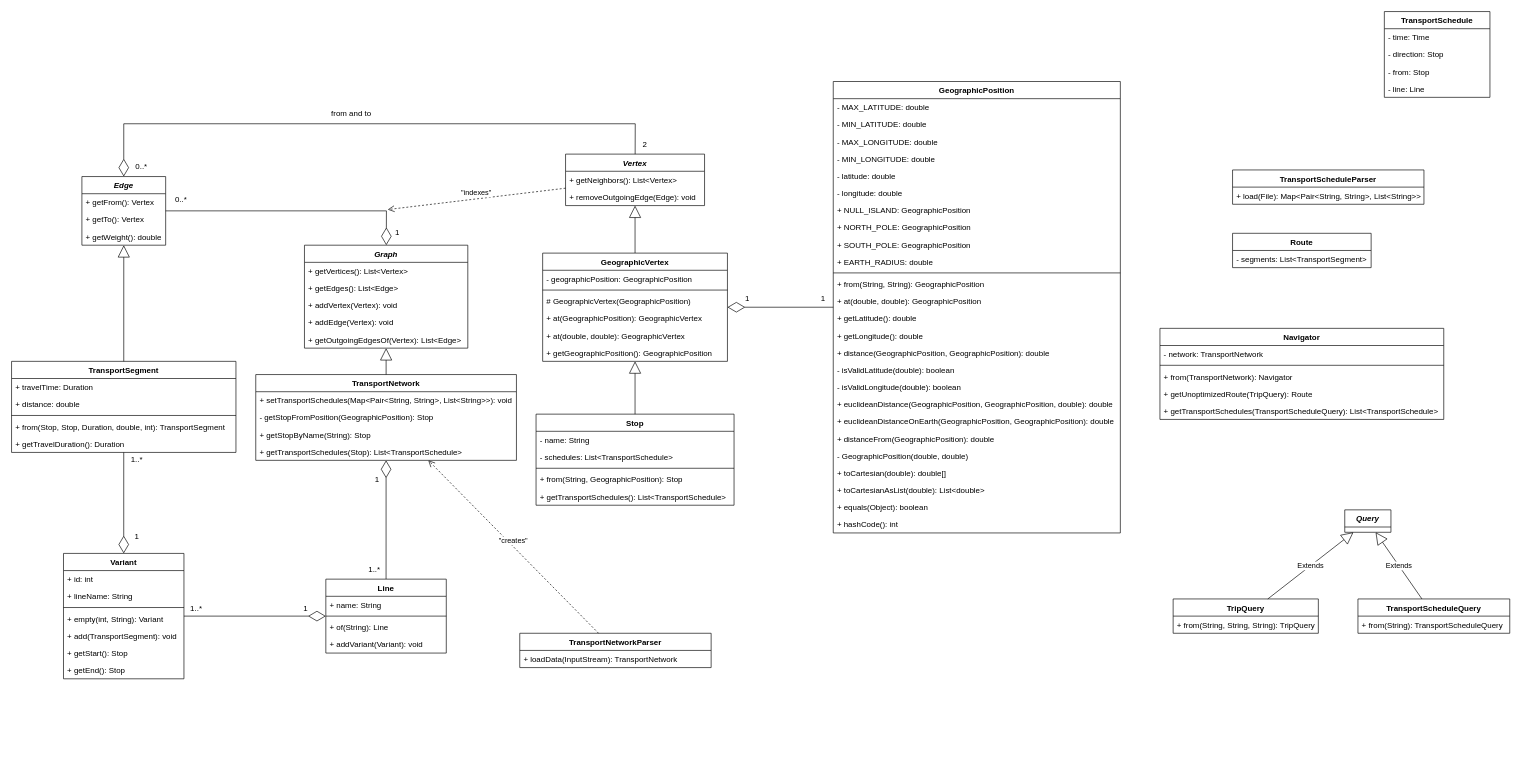
Above: diagrams/model.drawio in adrian-heouairi/MoriaMap (draw.io), before the change. Source tidied: cells renumbered, new cells numbered last; positions are measured from the earlier drawing's top-left corner, leaving out a move shared by most shapes. Both pictures are drawn from the tidied source at 66%, with x=0, y=0 at pixel (11, 11).
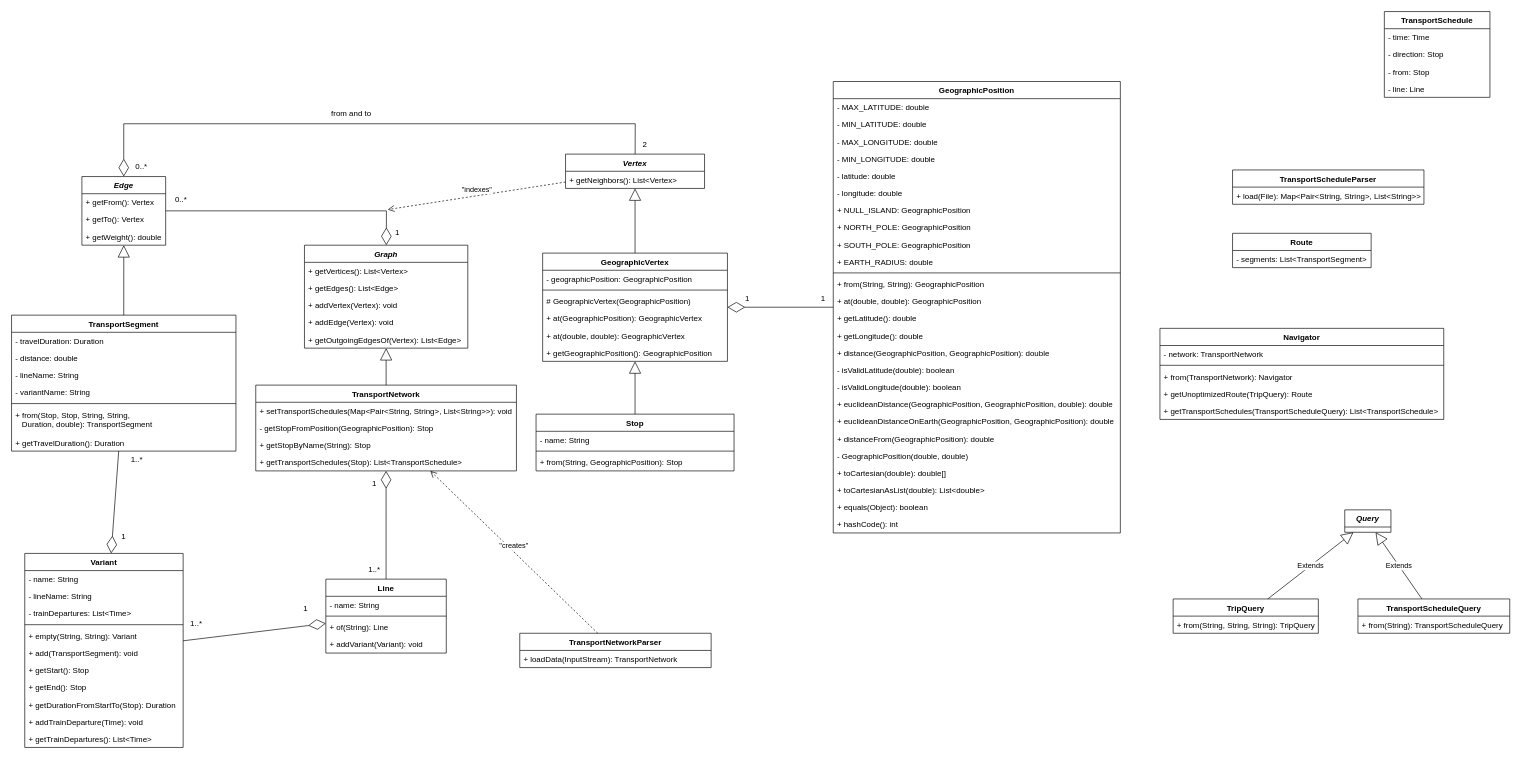
After the change.

Commit message (it also covers changes not shown here):
Update TransportNetwork algorithm and UML diagram

The change refers to these unchanged cells:
```xml
<mxCell id="115" value="Line" style="swimlane;fontStyle=1;align=center;verticalAlign=top;horizontal=1;startSize=26;" parent="1" vertex="1">
  <mxGeometry x="476.2" y="860" width="182.5" height="112" as="geometry" />
</mxCell>
```

The edit, as a diff of the source:
```diff
@@
     <mxCell id="10" value="TransportNetwork" style="swimlane;fontStyle=1;align=center;verticalAlign=top;horizontal=1;startSize=26;" parent="1" vertex="1">
-      <mxGeometry x="370" y="550" width="395" height="130" as="geometry" />
+      <mxGeometry x="370" y="566" width="395" height="130" as="geometry" />
     </mxCell>
@@
     <mxCell id="20" value="Stop" style="swimlane;fontStyle=1;align=center;verticalAlign=top;horizontal=1;startSize=26;" parent="1" vertex="1">
-      <mxGeometry x="794.7" y="610" width="300" height="138" as="geometry" />
+      <mxGeometry x="794.7" y="610" width="300" height="86" as="geometry" />
     </mxCell>
@@
-    <mxCell id="22" value="- schedules: List&lt;TransportSchedule&gt;" style="text;strokeColor=none;fillColor=none;align=left;verticalAlign=top;spacingLeft=4;spacingRight=4;overflow=hidden;" parent="20" vertex="1">
-      <mxGeometry y="52" width="300" height="26" as="geometry" />
-    </mxCell>
     <mxCell id="23" style="line;strokeWidth=1;fillColor=none;align=left;verticalAlign=middle;spacingTop=-1;spacingLeft=3;spacingRight=3;labelPosition=right;strokeColor=inherit;" parent="20" vertex="1">
-      <mxGeometry y="78" width="300" height="8" as="geometry" />
+      <mxGeometry y="52" width="300" height="8" as="geometry" />
     </mxCell>
     <mxCell id="24" value="+ from(String, GeographicPosition): Stop" style="text;strokeColor=none;fillColor=none;align=left;verticalAlign=top;spacingLeft=4;spacingRight=4;overflow=hidden;" parent="20" vertex="1">
-      <mxGeometry y="86" width="300" height="26" as="geometry" />
+      <mxGeometry y="60" width="300" height="26" as="geometry" />
     </mxCell>
-    <mxCell id="25" value="+ getTransportSchedules(): List&lt;TransportSchedule&gt;" style="text;strokeColor=none;fillColor=none;align=left;verticalAlign=top;spacingLeft=4;spacingRight=4;overflow=hidden;" parent="20" vertex="1">
-      <mxGeometry y="112" width="300" height="26" as="geometry" />
-    </mxCell>
     <mxCell id="26" value="Vertex" style="swimlane;fontStyle=3;align=center;verticalAlign=top;horizontal=1;startSize=26;" parent="1" vertex="1">
-      <mxGeometry x="839.4" y="216" width="210.6" height="78" as="geometry" />
+      <mxGeometry x="839.4" y="216" width="210.6" height="52" as="geometry" />
     </mxCell>
@@
-    <mxCell id="28" value="+ removeOutgoingEdge(Edge): void" style="text;strokeColor=none;fillColor=none;align=left;verticalAlign=top;spacingLeft=4;spacingRight=4;overflow=hidden;" parent="26" vertex="1">
-      <mxGeometry y="52" width="210.6" height="26" as="geometry" />
-    </mxCell>
@@
     <mxCell id="70" value="TransportSegment" style="swimlane;fontStyle=1;align=center;verticalAlign=top;horizontal=1;startSize=26;" parent="1" vertex="1">
-      <mxGeometry y="530" width="340" height="138" as="geometry" />
+      <mxGeometry y="460" width="340" height="206" as="geometry" />
     </mxCell>
-    <mxCell id="71" value="+ travelTime: Duration" style="text;strokeColor=none;fillColor=none;align=left;verticalAlign=top;spacingLeft=4;spacingRight=4;overflow=hidden;" parent="70" vertex="1">
+    <mxCell id="71" value="- travelDuration: Duration" style="text;strokeColor=none;fillColor=none;align=left;verticalAlign=top;spacingLeft=4;spacingRight=4;overflow=hidden;" parent="70" vertex="1">
       <mxGeometry y="26" width="340" height="26" as="geometry" />
     </mxCell>
-    <mxCell id="72" value="+ distance: double" style="text;strokeColor=none;fillColor=none;align=left;verticalAlign=top;spacingLeft=4;spacingRight=4;overflow=hidden;" parent="70" vertex="1">
+    <mxCell id="72" value="- distance: double" style="text;strokeColor=none;fillColor=none;align=left;verticalAlign=top;spacingLeft=4;spacingRight=4;overflow=hidden;" parent="70" vertex="1">
       <mxGeometry y="52" width="340" height="26" as="geometry" />
     </mxCell>
+    <mxCell id="128" value="- lineName: String" style="text;strokeColor=none;fillColor=none;align=left;verticalAlign=top;spacingLeft=4;spacingRight=4;overflow=hidden;" parent="70" vertex="1">
+      <mxGeometry y="78" width="340" height="26" as="geometry" />
+    </mxCell>
+    <mxCell id="129" value="- variantName: String" style="text;strokeColor=none;fillColor=none;align=left;verticalAlign=top;spacingLeft=4;spacingRight=4;overflow=hidden;" parent="70" vertex="1">
+      <mxGeometry y="104" width="340" height="26" as="geometry" />
+    </mxCell>
     <mxCell id="73" style="line;strokeWidth=1;fillColor=none;align=left;verticalAlign=middle;spacingTop=-1;spacingLeft=3;spacingRight=3;labelPosition=right;strokeColor=inherit;" parent="70" vertex="1">
-      <mxGeometry y="78" width="340" height="8" as="geometry" />
+      <mxGeometry y="130" width="340" height="8" as="geometry" />
     </mxCell>
-    <mxCell id="74" value="+ from(Stop, Stop, Duration, double, int): TransportSegment" style="text;strokeColor=none;fillColor=none;align=left;verticalAlign=top;spacingLeft=4;spacingRight=4;overflow=hidden;" parent="70" vertex="1">
-      <mxGeometry y="86" width="340" height="26" as="geometry" />
+    <mxCell id="74" value="+ from(Stop, Stop, String, String,&#10;   Duration, double): TransportSegment" style="text;strokeColor=none;fillColor=none;align=left;verticalAlign=top;spacingLeft=4;spacingRight=4;overflow=hidden;" parent="70" vertex="1">
+      <mxGeometry y="138" width="340" height="42" as="geometry" />
     </mxCell>
     <mxCell id="75" value="+ getTravelDuration(): Duration" style="text;strokeColor=none;fillColor=none;align=left;verticalAlign=top;spacingLeft=4;spacingRight=4;overflow=hidden;" parent="70" vertex="1">
-      <mxGeometry y="112" width="340" height="26" as="geometry" />
+      <mxGeometry y="180" width="340" height="26" as="geometry" />
     </mxCell>
@@
     <mxCell id="100" value="Variant" style="swimlane;fontStyle=1;align=center;verticalAlign=top;horizontal=1;startSize=26;" parent="1" vertex="1">
-      <mxGeometry x="78.7" y="821" width="182.5" height="190" as="geometry" />
+      <mxGeometry x="20" y="821" width="240" height="294" as="geometry" />
     </mxCell>
-    <mxCell id="101" value="+ id: int" style="text;strokeColor=none;fillColor=none;align=left;verticalAlign=top;spacingLeft=4;spacingRight=4;overflow=hidden;" parent="100" vertex="1">
-      <mxGeometry y="26" width="182.5" height="26" as="geometry" />
+    <mxCell id="101" value="- name: String" style="text;strokeColor=none;fillColor=none;align=left;verticalAlign=top;spacingLeft=4;spacingRight=4;overflow=hidden;" parent="100" vertex="1">
+      <mxGeometry y="26" width="240" height="26" as="geometry" />
     </mxCell>
-    <mxCell id="102" value="+ lineName: String" style="text;strokeColor=none;fillColor=none;align=left;verticalAlign=top;spacingLeft=4;spacingRight=4;overflow=hidden;" parent="100" vertex="1">
-      <mxGeometry y="52" width="182.5" height="26" as="geometry" />
+    <mxCell id="102" value="- lineName: String" style="text;strokeColor=none;fillColor=none;align=left;verticalAlign=top;spacingLeft=4;spacingRight=4;overflow=hidden;" parent="100" vertex="1">
+      <mxGeometry y="52" width="240" height="26" as="geometry" />
     </mxCell>
+    <mxCell id="130" value="- trainDepartures: List&lt;Time&gt;" style="text;strokeColor=none;fillColor=none;align=left;verticalAlign=top;spacingLeft=4;spacingRight=4;overflow=hidden;" parent="100" vertex="1">
+      <mxGeometry y="78" width="240" height="26" as="geometry" />
+    </mxCell>
     <mxCell id="103" style="line;strokeWidth=1;fillColor=none;align=left;verticalAlign=middle;spacingTop=-1;spacingLeft=3;spacingRight=3;labelPosition=right;strokeColor=inherit;" parent="100" vertex="1">
-      <mxGeometry y="78" width="182.5" height="8" as="geometry" />
+      <mxGeometry y="104" width="240" height="8" as="geometry" />
     </mxCell>
-    <mxCell id="104" value="+ empty(int, String): Variant" style="text;strokeColor=none;fillColor=none;align=left;verticalAlign=top;spacingLeft=4;spacingRight=4;overflow=hidden;" parent="100" vertex="1">
-      <mxGeometry y="86" width="182.5" height="26" as="geometry" />
+    <mxCell id="104" value="+ empty(String, String): Variant" style="text;strokeColor=none;fillColor=none;align=left;verticalAlign=top;spacingLeft=4;spacingRight=4;overflow=hidden;" parent="100" vertex="1">
+      <mxGeometry y="112" width="240" height="26" as="geometry" />
     </mxCell>
     <mxCell id="105" value="+ add(TransportSegment): void" style="text;strokeColor=none;fillColor=none;align=left;verticalAlign=top;spacingLeft=4;spacingRight=4;overflow=hidden;" parent="100" vertex="1">
-      <mxGeometry y="112" width="182.5" height="26" as="geometry" />
+      <mxGeometry y="138" width="240" height="26" as="geometry" />
     </mxCell>
     <mxCell id="106" value="+ getStart(): Stop" style="text;strokeColor=none;fillColor=none;align=left;verticalAlign=top;spacingLeft=4;spacingRight=4;overflow=hidden;" parent="100" vertex="1">
-      <mxGeometry y="138" width="182.5" height="26" as="geometry" />
+      <mxGeometry y="164" width="240" height="26" as="geometry" />
     </mxCell>
     <mxCell id="107" value="+ getEnd(): Stop" style="text;strokeColor=none;fillColor=none;align=left;verticalAlign=top;spacingLeft=4;spacingRight=4;overflow=hidden;" parent="100" vertex="1">
-      <mxGeometry y="164" width="182.5" height="26" as="geometry" />
+      <mxGeometry y="190" width="240" height="26" as="geometry" />
     </mxCell>
+    <mxCell id="131" value="+ getDurationFromStartTo(Stop): Duration" style="text;strokeColor=none;fillColor=none;align=left;verticalAlign=top;spacingLeft=4;spacingRight=4;overflow=hidden;" parent="100" vertex="1">
+      <mxGeometry y="216" width="240" height="26" as="geometry" />
+    </mxCell>
+    <mxCell id="132" value="+ addTrainDeparture(Time): void" style="text;strokeColor=none;fillColor=none;align=left;verticalAlign=top;spacingLeft=4;spacingRight=4;overflow=hidden;" parent="100" vertex="1">
+      <mxGeometry y="242" width="240" height="26" as="geometry" />
+    </mxCell>
+    <mxCell id="133" value="+ getTrainDepartures(): List&lt;Time&gt;" style="text;strokeColor=none;fillColor=none;align=left;verticalAlign=top;spacingLeft=4;spacingRight=4;overflow=hidden;" parent="100" vertex="1">
+      <mxGeometry y="268" width="240" height="26" as="geometry" />
+    </mxCell>
@@
     <mxCell id="110" value="1" style="text;html=1;strokeColor=none;fillColor=none;align=center;verticalAlign=middle;whiteSpace=wrap;rounded=0;" parent="1" vertex="1">
-      <mxGeometry x="160" y="780" width="60" height="30" as="geometry" />
+      <mxGeometry x="140" y="780" width="60" height="30" as="geometry" />
     </mxCell>
@@
     <mxCell id="113" value="1" style="text;html=1;strokeColor=none;fillColor=none;align=center;verticalAlign=middle;whiteSpace=wrap;rounded=0;" parent="1" vertex="1">
-      <mxGeometry x="524" y="694" width="60" height="30" as="geometry" />
+      <mxGeometry x="520" y="700" width="60" height="30" as="geometry" />
     </mxCell>
@@
-    <mxCell id="116" value="+ name: String" style="text;strokeColor=none;fillColor=none;align=left;verticalAlign=top;spacingLeft=4;spacingRight=4;overflow=hidden;" parent="115" vertex="1">
+    <mxCell id="116" value="- name: String" style="text;strokeColor=none;fillColor=none;align=left;verticalAlign=top;spacingLeft=4;spacingRight=4;overflow=hidden;" parent="115" vertex="1">
       <mxGeometry y="26" width="182.5" height="26" as="geometry" />
     </mxCell>
@@
     <mxCell id="122" value="1..*" style="text;html=1;strokeColor=none;fillColor=none;align=center;verticalAlign=middle;whiteSpace=wrap;rounded=0;" parent="1" vertex="1">
-      <mxGeometry x="250" y="890" width="60" height="30" as="geometry" />
+      <mxGeometry x="250" y="912" width="60" height="30" as="geometry" />
     </mxCell>
```
